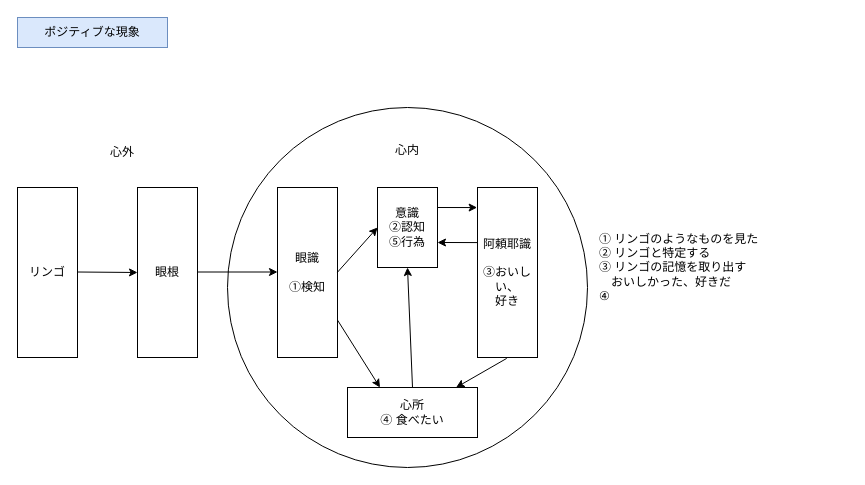
Above: yuishiki_posi.drawio in YossyIto/booklog_drowio (draw.io), before the change. Source tidied: cells renumbered, new cells numbered last; positions are measured from the earlier drawing's top-left corner, leaving out a move shared by most shapes. Both pictures are drawn from the tidied source at 100%, with x=0, y=0 at pixel (17, 17).
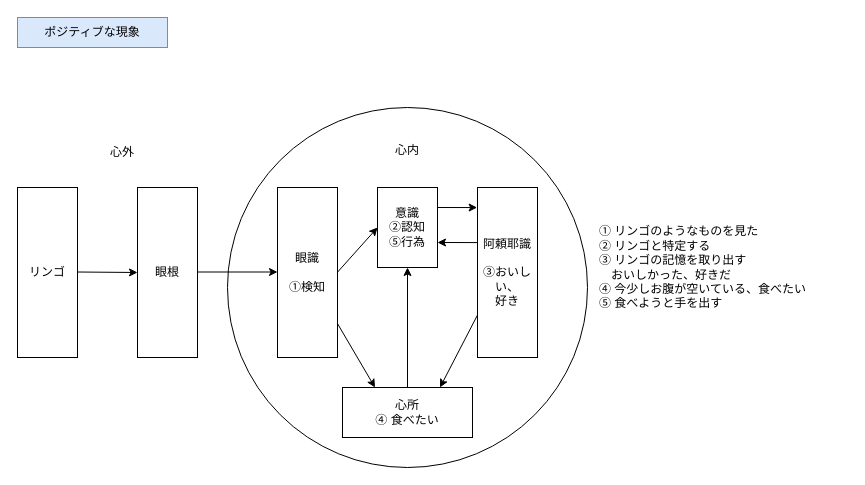
The same diagram, later.

Commit message (it also covers changes not shown here):
yuishiki_posi.drawio を更新します

The change refers to these unchanged cells:
```xml
<mxCell id="4" value="阿頼耶識&lt;div&gt;&lt;br&gt;&lt;div&gt;③おいしい、&lt;/div&gt;&lt;/div&gt;&lt;div&gt;好き&lt;/div&gt;" style="rounded=0;whiteSpace=wrap;html=1;" parent="1" vertex="1">
  <mxGeometry x="460" y="170" width="60" height="170" as="geometry" />
</mxCell>
```

Change to the diagram source:
```diff
@@
     <mxCell id="13" value="心所&lt;div&gt;④ 食べたい&lt;/div&gt;" style="rounded=0;whiteSpace=wrap;html=1;" parent="1" vertex="1">
-      <mxGeometry x="330" y="370" width="130" height="50" as="geometry" />
+      <mxGeometry x="325" y="370" width="130" height="50" as="geometry" />
     </mxCell>
@@
-    <mxCell id="16" style="endArrow=classic;html=1;rounded=0;exitX=-0.013;exitY=0.358;exitDx=0;exitDy=0;exitPerimeter=0;" parent="1" edge="1" target="13">
-      <mxGeometry relative="1" as="geometry">
-        <mxPoint x="489.2" y="340.9" as="sourcePoint" />
-      </mxGeometry>
+    <mxCell id="16" style="endArrow=classic;html=1;rounded=0;exitX=0;exitY=0.75;exitDx=0;exitDy=0;entryX=0.75;entryY=0;entryDx=0;entryDy=0;" parent="1" edge="1" source="4" target="13">
+      <mxGeometry relative="1" as="geometry" />
     </mxCell>
-    <mxCell id="17" value="① リンゴのようなものを見た&lt;div&gt;➁ リンゴと特定する&lt;/div&gt;&lt;div&gt;③ リンゴの記憶を取り出す&lt;/div&gt;&lt;div&gt;　おいしかった、好きだ&lt;/div&gt;&lt;div&gt;④&amp;nbsp;&lt;/div&gt;" style="text;html=1;align=left;verticalAlign=middle;whiteSpace=wrap;rounded=0;" parent="1" vertex="1">
+    <mxCell id="17" value="① リンゴのようなものを見た&lt;div&gt;➁ リンゴと特定する&lt;/div&gt;&lt;div&gt;③ リンゴの記憶を取り出す&lt;/div&gt;&lt;div&gt;　おいしかった、好きだ&lt;/div&gt;&lt;div&gt;④ 今少しお腹が空いている、食べたい&lt;/div&gt;&lt;div&gt;⑤ 食べようと手を出す&lt;/div&gt;" style="text;html=1;align=left;verticalAlign=middle;whiteSpace=wrap;rounded=0;" parent="1" vertex="1">
       <mxGeometry x="580" y="140" width="250" height="220" as="geometry" />
     </mxCell>
```
